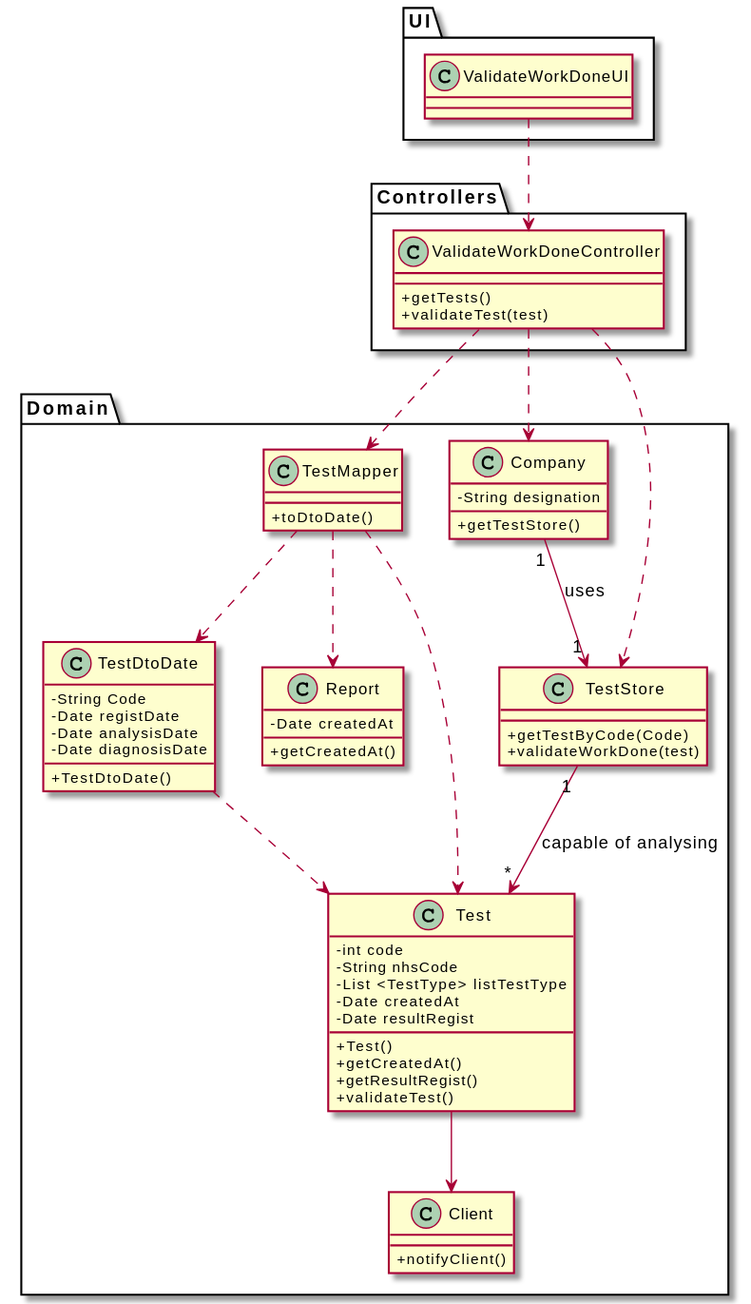
This is docs/SprintC/US15_ValidateTheWorkDone/US15_CD.svg from Pedromaia26/LAPR2-ISEP, a PlantUML export, as it was before one commit.
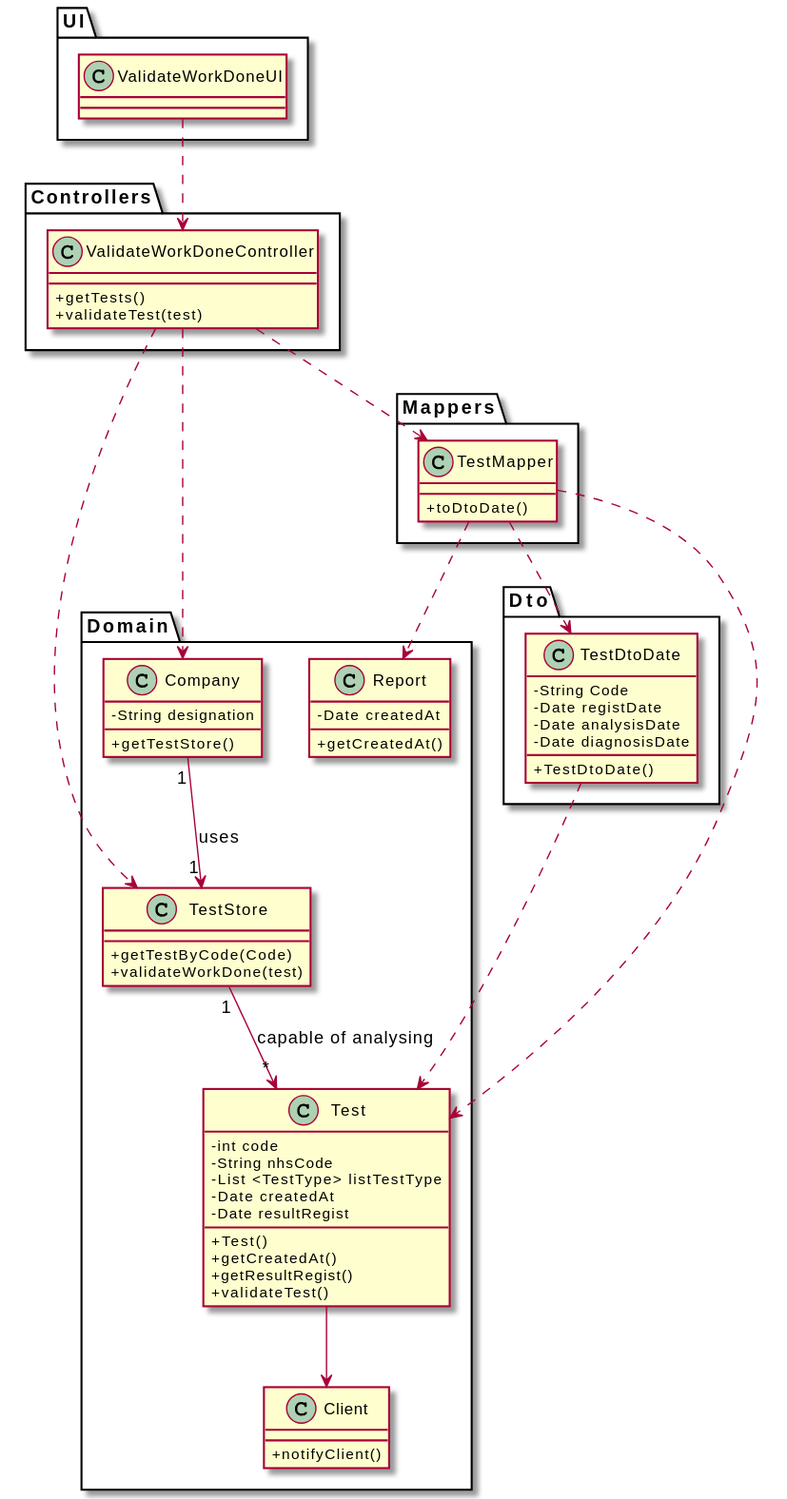
The same file after the commit.

Commit message:
US15 add package DTO and Mappers to CD

Change to the diagram source:
```diff
@@ -12,10 +12,16 @@
   class Company
   class Test
   class TestStore
-  class TestMapper
-  class TestDtoDate
   class Report
   class Client
+}
+
+package Mappers {
+  class TestMapper
+}
+
+package Dto {
+  class TestDtoDate
 }
 
 class Company
```
